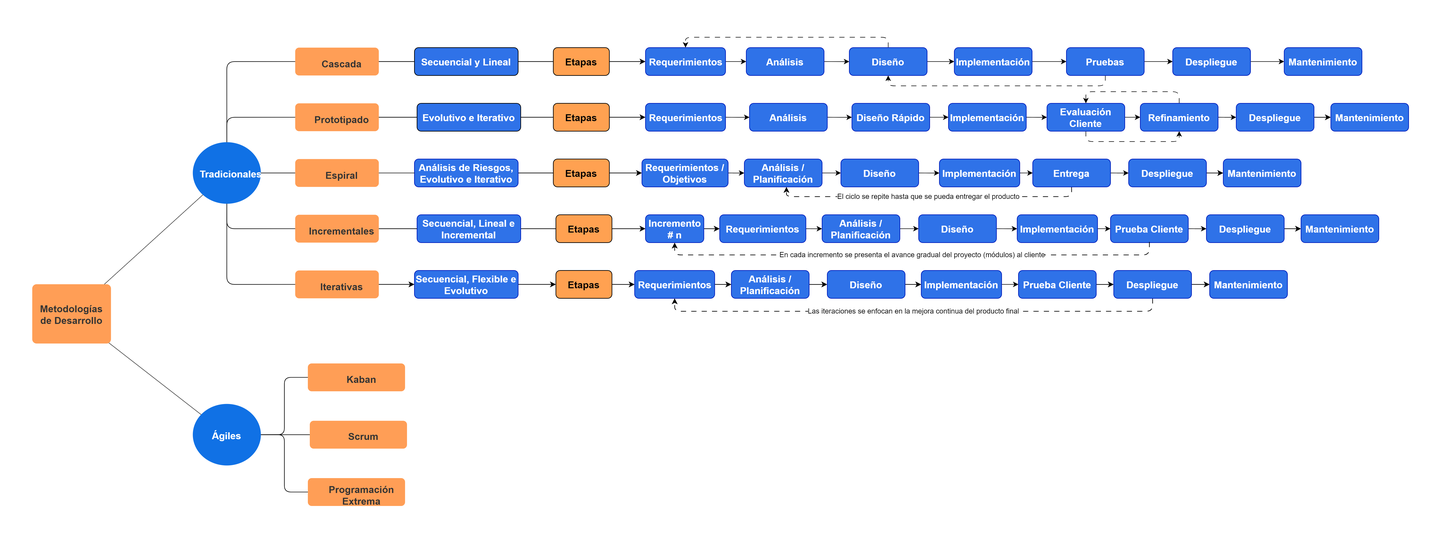
Above: Ejercicios en clases/Mapa Conceptual Metodología.drawio.png in JoseAlberto13/JoseAlberto13 (draw.io), before the change. Source tidied: cells renumbered, new cells last; positions are measured from the earlier drawing's top-left corner, leaving out a move shared by most shapes.
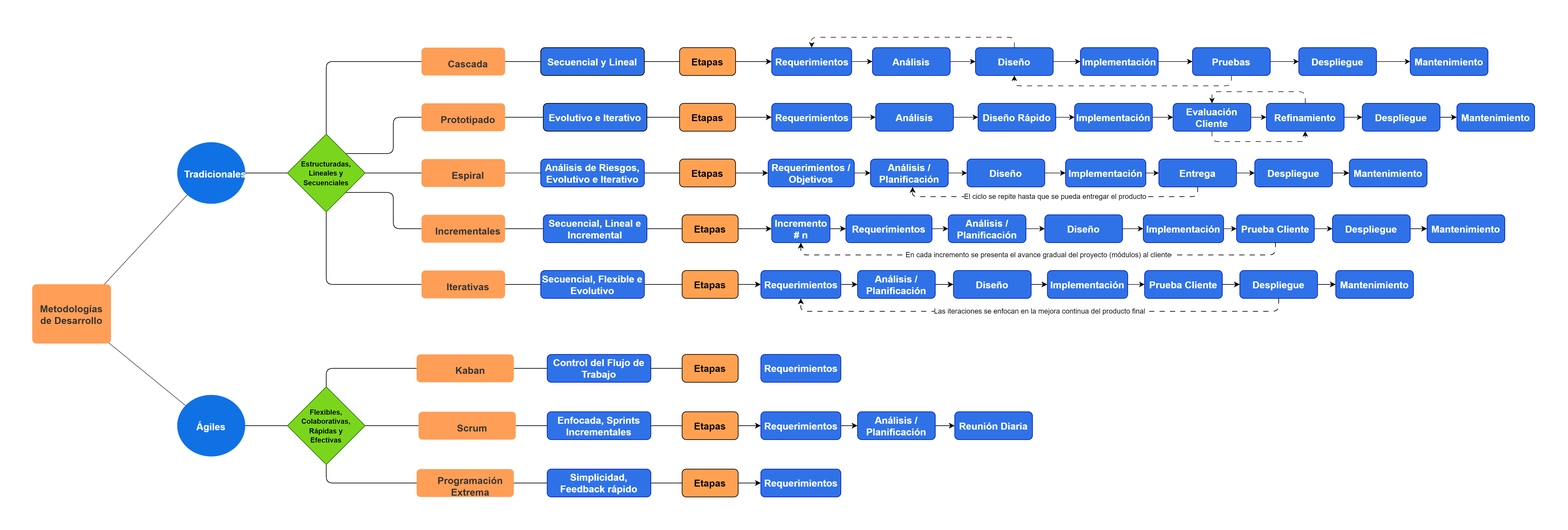
After the change.

Diff of the diagram source:
```diff
@@ -5,18 +5,12 @@
     <mxCell id="2" value="Metodologías de Desarrollo" style="html=1;overflow=block;blockSpacing=1;whiteSpace=wrap;fontSize=15;fontColor=#333333;fontStyle=1;align=center;spacingLeft=8.4;spacingRight=8.4;spacingTop=2.4;spacing=3.8;strokeColor=#ff9e56;strokeOpacity=100;fillOpacity=100;rounded=1;absoluteArcSize=1;arcSize=12;fillColor=#ff9e56;strokeWidth=1.5;lucidId=B4Fcyx~IO5Sb;" parent="1" vertex="1">
-      <mxGeometry y="409" width="120" height="90" as="geometry" />
+      <mxGeometry x="-195" y="409" width="120" height="90" as="geometry" />
     </mxCell>
     <mxCell id="3" value="Tradicionales" style="html=1;overflow=block;blockSpacing=1;whiteSpace=wrap;ellipse;fontSize=15;fontColor=#ffffff;fontStyle=1;align=center;spacingLeft=8.4;spacingRight=8.4;spacingTop=2.4;spacing=3.6;strokeOpacity=0;fillOpacity=100;fillColor=#1071e5;strokeWidth=0.9;lucidId=B4FcI0e24hBz;strokeColor=#000000;" parent="1" vertex="1">
-      <mxGeometry x="247" y="189" width="105" height="95" as="geometry" />
+      <mxGeometry x="28" y="189" width="105" height="95" as="geometry" />
     </mxCell>
-    <mxCell id="4" style="edgeStyle=orthogonalEdgeStyle;rounded=1;jettySize=auto;html=1;exitX=1;exitY=0.5;exitDx=0;exitDy=0;entryX=0;entryY=0.5;entryDx=0;entryDy=0;strokeWidth=0.9;curved=0;strokeColor=#000000;endArrow=none;endFill=0;shadow=0;fixDash=0;" parent="1" edge="1" source="7" target="19">
-      <mxGeometry relative="1" as="geometry" />
-    </mxCell>
-    <mxCell id="5" style="edgeStyle=orthogonalEdgeStyle;rounded=1;jettySize=auto;html=1;exitX=1;exitY=0.5;exitDx=0;exitDy=0;entryX=0;entryY=0.5;entryDx=0;entryDy=0;strokeWidth=0.9;curved=0;strokeColor=#000000;endArrow=none;endFill=0;shadow=0;fixDash=0;" parent="1" edge="1" source="7" target="21">
-      <mxGeometry relative="1" as="geometry" />
-    </mxCell>
-    <mxCell id="6" style="edgeStyle=orthogonalEdgeStyle;shape=connector;curved=0;rounded=1;jettySize=auto;html=1;exitX=1;exitY=0.5;exitDx=0;exitDy=0;entryX=0;entryY=0.5;entryDx=0;entryDy=0;strokeColor=#000000;strokeWidth=0.9;align=center;verticalAlign=middle;fontFamily=Helvetica;fontSize=11;fontColor=default;labelBackgroundColor=default;endArrow=none;endFill=0;shadow=0;fixDash=0;" parent="1" edge="1" source="7" target="25">
-      <mxGeometry relative="1" as="geometry" />
-    </mxCell>
+    <mxCell id="132" style="edgeStyle=orthogonalEdgeStyle;shape=connector;curved=0;rounded=1;jettySize=auto;html=1;exitX=1;exitY=0.5;exitDx=0;exitDy=0;entryX=0;entryY=0.5;entryDx=0;entryDy=0;strokeColor=default;align=center;verticalAlign=middle;fontFamily=Helvetica;fontSize=11;fontColor=default;labelBackgroundColor=default;endArrow=none;endFill=0;" parent="1" edge="1" source="7" target="136">
+      <mxGeometry relative="1" as="geometry" />
+    </mxCell>
     <mxCell id="7" value="Ágiles" style="html=1;overflow=block;blockSpacing=1;whiteSpace=wrap;ellipse;fontSize=15;fontColor=#ffffff;fontStyle=1;align=center;spacingLeft=8.4;spacingRight=8.4;spacingTop=2.4;spacing=3.7;strokeOpacity=0;fillOpacity=100;fillColor=#1071e5;strokeWidth=0.9;lucidId=B4FcVHzyF8ZB;strokeColor=#000000;shadow=0;fixDash=0;" parent="1" vertex="1">
-      <mxGeometry x="247" y="593" width="105" height="95" as="geometry" />
+      <mxGeometry x="28" y="579" width="105" height="95" as="geometry" />
     </mxCell>
@@ -53,3 +47,3 @@
     <mxCell id="18" style="html=1;overflow=block;blockSpacing=1;whiteSpace=wrap;fontSize=15;fontColor=#333333;fontStyle=1;align=center;spacingLeft=15.8;spacingTop=6;spacing=3.8;verticalAlign=middle;strokeOpacity=0;fillOpacity=100;rounded=1;absoluteArcSize=1;arcSize=12;rotation=-90;fillColor=#ff9e56;strokeWidth=0.9;lucidId=kea8Vu5UTRqQ;strokeColor=#000000;shadow=0;fixDash=0;" parent="1" vertex="1">
-      <mxGeometry x="478" y="477" width="43" height="150" as="geometry" />
+      <mxGeometry x="451" y="463" width="43" height="150" as="geometry" />
     </mxCell>
@@ -59,3 +53,3 @@
     <mxCell id="20" style="html=1;overflow=block;blockSpacing=1;whiteSpace=wrap;fontSize=15;fontColor=#333333;fontStyle=1;align=center;spacingLeft=15.8;spacingTop=6;spacing=3.8;verticalAlign=middle;strokeOpacity=0;fillOpacity=100;rounded=1;absoluteArcSize=1;arcSize=12;rotation=-90;fillColor=#ff9e56;strokeWidth=0.9;lucidId=lea8wkV8Rb8h;strokeColor=#000000;shadow=0;fixDash=0;" parent="1" vertex="1">
-      <mxGeometry x="481" y="565.5" width="43" height="150" as="geometry" />
+      <mxGeometry x="454" y="551.5" width="43" height="150" as="geometry" />
     </mxCell>
@@ -71,3 +65,3 @@
     <mxCell id="24" style="html=1;overflow=block;blockSpacing=1;whiteSpace=wrap;fontSize=15;fontColor=#333333;fontStyle=1;align=center;spacingLeft=15.8;spacingTop=6;spacing=3.8;verticalAlign=middle;strokeOpacity=0;fillOpacity=100;rounded=1;absoluteArcSize=1;arcSize=12;rotation=-90;fillColor=#ff9e56;strokeWidth=0.9;lucidId=~ea8kSzUllkD;strokeColor=#000000;shadow=0;fixDash=0;" parent="1" vertex="1">
-      <mxGeometry x="478" y="654" width="43" height="150" as="geometry" />
+      <mxGeometry x="451" y="640" width="43" height="150" as="geometry" />
     </mxCell>
@@ -76,17 +70,2 @@
     </mxCell>
-    <mxCell id="26" style="html=1;jettySize=18;whiteSpace=wrap;fontSize=13;strokeColor=#000000;strokeOpacity=100;strokeWidth=0.9;rounded=1;arcSize=24;edgeStyle=orthogonalEdgeStyle;startArrow=none;endArrow=none;exitX=0.5;exitY=0;exitPerimeter=0;entryX=0.5;entryY=0;entryPerimeter=0;lucidId=YUw8wHj-CO2n;" parent="1" edge="1" source="3" target="8">
-      <mxGeometry relative="1" as="geometry" />
-    </mxCell>
-    <mxCell id="27" style="html=1;jettySize=18;whiteSpace=wrap;fontSize=13;strokeColor=#000000;strokeOpacity=100;strokeWidth=0.9;rounded=1;arcSize=24;edgeStyle=orthogonalEdgeStyle;startArrow=none;endArrow=none;exitX=0.5;exitY=1;exitPerimeter=0;entryX=0.5;entryY=0;entryPerimeter=0;lucidId=1Uw8e45vB_~0;" parent="1" edge="1" source="3" target="22">
-      <mxGeometry relative="1" as="geometry" />
-    </mxCell>
-    <mxCell id="28" style="html=1;jettySize=18;whiteSpace=wrap;fontSize=13;strokeColor=#000000;strokeOpacity=100;strokeWidth=0.9;rounded=1;arcSize=24;edgeStyle=orthogonalEdgeStyle;startArrow=none;endArrow=none;exitX=0.5;exitY=1;exitPerimeter=0;entryX=0.5;entryY=0;entryPerimeter=0;lucidId=_Uw89.ZpTKDf;" parent="1" edge="1" source="3" target="16">
-      <mxGeometry relative="1" as="geometry" />
-    </mxCell>
-    <mxCell id="29" style="html=1;jettySize=18;whiteSpace=wrap;fontSize=13;strokeColor=#000000;strokeOpacity=100;strokeWidth=0.9;rounded=1;arcSize=24;edgeStyle=orthogonalEdgeStyle;startArrow=none;endArrow=none;exitX=0.5;exitY=0;exitPerimeter=0;entryX=0.5;entryY=0;entryPerimeter=0;lucidId=gVw8AyZJN6ew;" parent="1" edge="1" source="3" target="12">
-      <mxGeometry relative="1" as="geometry" />
-    </mxCell>
-    <mxCell id="30" style="html=1;jettySize=18;whiteSpace=wrap;fontSize=13;strokeColor=#000000;strokeOpacity=100;strokeWidth=0.9;rounded=1;arcSize=24;edgeStyle=orthogonalEdgeStyle;startArrow=none;endArrow=none;exitX=1;exitY=0.5;exitPerimeter=0;entryX=0.5;entryY=0;entryPerimeter=0;lucidId=mVw8OkGKf1xO;" parent="1" edge="1" source="3" target="14">
-      <mxGeometry relative="1" as="geometry" />
-    </mxCell>
     <mxCell id="31" style="edgeStyle=orthogonalEdgeStyle;shape=connector;curved=0;rounded=1;jettySize=auto;html=1;exitX=1;exitY=0.5;exitDx=0;exitDy=0;strokeColor=default;strokeWidth=0.8;align=center;verticalAlign=middle;fontFamily=Helvetica;fontSize=11;fontColor=default;labelBackgroundColor=default;endArrow=classic;endFill=1;" parent="1" edge="1" source="32" target="37">
@@ -370,3 +349,3 @@
     </mxCell>
-    <mxCell id="113" style="edgeStyle=orthogonalEdgeStyle;rounded=0;jettySize=auto;html=1;exitX=1;exitY=0.5;exitDx=0;exitDy=0;entryX=0;entryY=0.5;entryDx=0;entryDy=0;" parent="1" edge="1" source="114" target="117">
+    <mxCell id="113" style="edgeStyle=orthogonalEdgeStyle;rounded=0;jettySize=auto;html=1;exitX=1;exitY=0.5;exitDx=0;exitDy=0;entryX=0;entryY=0.5;entryDx=0;entryDy=0;endArrow=none;endFill=0;" parent="1" edge="1" source="114" target="117">
       <mxGeometry relative="1" as="geometry" />
@@ -376,3 +355,3 @@
     </mxCell>
-    <mxCell id="115" style="edgeStyle=orthogonalEdgeStyle;rounded=0;jettySize=auto;html=1;exitX=1;exitY=0.5;exitDx=0;exitDy=0;entryX=0;entryY=0.5;entryDx=0;entryDy=0;" parent="1" edge="1" source="23" target="114">
+    <mxCell id="115" style="edgeStyle=orthogonalEdgeStyle;rounded=0;jettySize=auto;html=1;exitX=1;exitY=0.5;exitDx=0;exitDy=0;entryX=0;entryY=0.5;entryDx=0;entryDy=0;endArrow=none;endFill=0;" parent="1" edge="1" source="23" target="114">
       <mxGeometry relative="1" as="geometry" />
@@ -427,2 +406,98 @@
     </mxCell>
+    <mxCell id="133" style="edgeStyle=orthogonalEdgeStyle;rounded=1;jettySize=auto;html=1;curved=0;endArrow=none;endFill=0;" parent="1" edge="1" source="136" target="21">
+      <mxGeometry relative="1" as="geometry" />
+    </mxCell>
+    <mxCell id="134" style="edgeStyle=orthogonalEdgeStyle;rounded=1;jettySize=auto;html=1;exitX=0.5;exitY=0;exitDx=0;exitDy=0;entryX=0;entryY=0.5;entryDx=0;entryDy=0;curved=0;endArrow=none;endFill=0;" parent="1" edge="1" source="136" target="19">
+      <mxGeometry relative="1" as="geometry" />
+    </mxCell>
+    <mxCell id="135" style="edgeStyle=orthogonalEdgeStyle;shape=connector;curved=0;rounded=1;jettySize=auto;html=1;exitX=0.5;exitY=1;exitDx=0;exitDy=0;entryX=0;entryY=0.5;entryDx=0;entryDy=0;strokeColor=default;align=center;verticalAlign=middle;fontFamily=Helvetica;fontSize=11;fontColor=default;labelBackgroundColor=default;endArrow=none;endFill=0;" parent="1" edge="1" source="136" target="25">
+      <mxGeometry relative="1" as="geometry" />
+    </mxCell>
+    <mxCell id="136" value="&lt;font style=&quot;font-size: 11px;&quot; color=&quot;#000000&quot;&gt;&lt;b style=&quot;&quot;&gt;Flexibles,&lt;/b&gt;&lt;/font&gt;&lt;div&gt;&lt;font style=&quot;font-size: 11px;&quot; color=&quot;#000000&quot;&gt;&lt;b style=&quot;&quot;&gt;Colaborativas,&lt;/b&gt;&lt;/font&gt;&lt;div&gt;&lt;font style=&quot;font-size: 11px;&quot; color=&quot;#000000&quot;&gt;&lt;b style=&quot;&quot;&gt;Rápidas y&lt;/b&gt;&lt;/font&gt;&lt;/div&gt;&lt;div&gt;&lt;font style=&quot;font-size: 11px;&quot; color=&quot;#000000&quot;&gt;&lt;b style=&quot;&quot;&gt;Efectivas&lt;/b&gt;&lt;/font&gt;&lt;/div&gt;&lt;/div&gt;" style="rhombus;whiteSpace=wrap;html=1;fillColor=#7AD61D;strokeColor=#2D7600;fontColor=#ffffff;" parent="1" vertex="1">
+      <mxGeometry x="198" y="566.5" width="120" height="120" as="geometry" />
+    </mxCell>
+    <mxCell id="137" style="edgeStyle=orthogonalEdgeStyle;shape=connector;curved=0;rounded=1;jettySize=auto;html=1;exitX=1;exitY=0.5;exitDx=0;exitDy=0;strokeColor=default;align=center;verticalAlign=middle;fontFamily=Helvetica;fontSize=11;fontColor=default;labelBackgroundColor=default;endArrow=none;endFill=0;" parent="1" edge="1" source="143" target="15">
+      <mxGeometry relative="1" as="geometry" />
+    </mxCell>
+    <mxCell id="138" style="edgeStyle=orthogonalEdgeStyle;shape=connector;curved=0;rounded=1;jettySize=auto;html=1;exitX=0;exitY=0.5;exitDx=0;exitDy=0;entryX=1;entryY=0.5;entryDx=0;entryDy=0;strokeColor=default;align=center;verticalAlign=middle;fontFamily=Helvetica;fontSize=11;fontColor=default;labelBackgroundColor=default;endArrow=none;endFill=0;" parent="1" edge="1" source="143" target="3">
+      <mxGeometry relative="1" as="geometry" />
+    </mxCell>
+    <mxCell id="139" style="edgeStyle=orthogonalEdgeStyle;shape=connector;curved=0;rounded=1;jettySize=auto;html=1;exitX=1;exitY=0;exitDx=0;exitDy=0;entryX=0;entryY=0.5;entryDx=0;entryDy=0;strokeColor=default;align=center;verticalAlign=middle;fontFamily=Helvetica;fontSize=11;fontColor=default;labelBackgroundColor=default;endArrow=none;endFill=0;" parent="1" edge="1" source="143" target="13">
+      <mxGeometry relative="1" as="geometry" />
+    </mxCell>
+    <mxCell id="140" style="edgeStyle=orthogonalEdgeStyle;shape=connector;curved=0;rounded=1;jettySize=auto;html=1;exitX=0.5;exitY=0;exitDx=0;exitDy=0;entryX=0;entryY=0.5;entryDx=0;entryDy=0;strokeColor=default;align=center;verticalAlign=middle;fontFamily=Helvetica;fontSize=11;fontColor=default;labelBackgroundColor=default;endArrow=none;endFill=0;" parent="1" edge="1" source="143" target="9">
+      <mxGeometry relative="1" as="geometry" />
+    </mxCell>
+    <mxCell id="141" style="edgeStyle=orthogonalEdgeStyle;shape=connector;curved=0;rounded=1;jettySize=auto;html=1;exitX=0.5;exitY=1;exitDx=0;exitDy=0;entryX=0;entryY=0.5;entryDx=0;entryDy=0;strokeColor=default;align=center;verticalAlign=middle;fontFamily=Helvetica;fontSize=11;fontColor=default;labelBackgroundColor=default;endArrow=none;endFill=0;" parent="1" edge="1" source="143" target="23">
+      <mxGeometry relative="1" as="geometry" />
+    </mxCell>
+    <mxCell id="142" style="edgeStyle=orthogonalEdgeStyle;shape=connector;curved=0;rounded=1;jettySize=auto;html=1;exitX=1;exitY=1;exitDx=0;exitDy=0;entryX=0;entryY=0.5;entryDx=0;entryDy=0;strokeColor=default;align=center;verticalAlign=middle;fontFamily=Helvetica;fontSize=11;fontColor=default;labelBackgroundColor=default;endArrow=none;endFill=0;" parent="1" edge="1" source="143" target="17">
+      <mxGeometry relative="1" as="geometry" />
+    </mxCell>
+    <mxCell id="143" value="&lt;font style=&quot;font-size: 11px;&quot; color=&quot;#000000&quot;&gt;&lt;b style=&quot;&quot;&gt;Estructuradas&lt;/b&gt;&lt;/font&gt;&lt;b style=&quot;font-size: 11px; color: rgb(0, 0, 0); background-color: initial;&quot;&gt;,&lt;/b&gt;&lt;div&gt;&lt;b style=&quot;font-size: 11px; color: rgb(0, 0, 0); background-color: initial;&quot;&gt;Lineales y&lt;/b&gt;&lt;/div&gt;&lt;div&gt;&lt;b style=&quot;font-size: 11px; color: rgb(0, 0, 0); background-color: initial;&quot;&gt;Secuenciales&lt;/b&gt;&lt;/div&gt;" style="rhombus;whiteSpace=wrap;html=1;fillColor=#7AD61D;strokeColor=#2D7600;fontColor=#ffffff;" parent="1" vertex="1">
+      <mxGeometry x="198" y="176.5" width="120" height="120" as="geometry" />
+    </mxCell>
+    <mxCell id="144" style="edgeStyle=orthogonalEdgeStyle;shape=connector;curved=0;rounded=1;jettySize=auto;html=1;exitX=1;exitY=0.5;exitDx=0;exitDy=0;entryX=0;entryY=0.5;entryDx=0;entryDy=0;strokeColor=default;align=center;verticalAlign=middle;fontFamily=Helvetica;fontSize=11;fontColor=default;labelBackgroundColor=default;endArrow=none;endFill=0;" parent="1" edge="1" source="145" target="147">
+      <mxGeometry relative="1" as="geometry" />
+    </mxCell>
+    <mxCell id="145" value="Control del Flujo de Trabajo" style="rounded=1;whiteSpace=wrap;html=1;fontFamily=Helvetica;fontSize=15;labelBackgroundColor=none;fillColor=#2f72e8;strokeColor=#001DBC;fontStyle=1;fontColor=#ffffff;" parent="1" vertex="1">
+      <mxGeometry x="599" y="516.5" width="160" height="43" as="geometry" />
+    </mxCell>
+    <mxCell id="146" style="edgeStyle=orthogonalEdgeStyle;shape=connector;curved=0;rounded=1;jettySize=auto;html=1;exitX=1;exitY=0.5;exitDx=0;exitDy=0;entryX=0;entryY=0.5;entryDx=0;entryDy=0;strokeColor=default;align=center;verticalAlign=middle;fontFamily=Helvetica;fontSize=11;fontColor=default;labelBackgroundColor=default;endArrow=none;endFill=0;" parent="1" edge="1" source="19" target="145">
+      <mxGeometry relative="1" as="geometry" />
+    </mxCell>
+    <mxCell id="147" value="Etapas" style="rounded=1;whiteSpace=wrap;html=1;fontFamily=Helvetica;fontSize=15;labelBackgroundColor=none;fillColor=#FFA151;strokeColor=default;fontStyle=1;fontColor=#000000;" parent="1" vertex="1">
+      <mxGeometry x="807.2" y="516.5" width="86.5" height="43" as="geometry" />
+    </mxCell>
+    <mxCell id="148" style="edgeStyle=orthogonalEdgeStyle;shape=connector;curved=0;rounded=1;jettySize=auto;html=1;exitX=1;exitY=0.5;exitDx=0;exitDy=0;strokeColor=default;align=center;verticalAlign=middle;fontFamily=Helvetica;fontSize=11;fontColor=default;labelBackgroundColor=default;endArrow=classic;endFill=1;" parent="1" edge="1" source="149" target="160">
+      <mxGeometry relative="1" as="geometry" />
+    </mxCell>
+    <mxCell id="149" value="Etapas" style="rounded=1;whiteSpace=wrap;html=1;fontFamily=Helvetica;fontSize=15;labelBackgroundColor=none;fillColor=#FFA151;strokeColor=default;fontStyle=1;fontColor=#000000;" parent="1" vertex="1">
+      <mxGeometry x="807.2" y="605" width="86.5" height="43" as="geometry" />
+    </mxCell>
+    <mxCell id="150" style="edgeStyle=orthogonalEdgeStyle;shape=connector;curved=0;rounded=1;jettySize=auto;html=1;exitX=1;exitY=0.5;exitDx=0;exitDy=0;strokeColor=default;align=center;verticalAlign=middle;fontFamily=Helvetica;fontSize=11;fontColor=default;labelBackgroundColor=default;endArrow=classic;endFill=1;" parent="1" edge="1" source="151" target="161">
+      <mxGeometry relative="1" as="geometry" />
+    </mxCell>
+    <mxCell id="151" value="Etapas" style="rounded=1;whiteSpace=wrap;html=1;fontFamily=Helvetica;fontSize=15;labelBackgroundColor=none;fillColor=#FFA151;strokeColor=default;fontStyle=1;fontColor=#000000;" parent="1" vertex="1">
+      <mxGeometry x="807.2" y="693.5" width="86.5" height="43" as="geometry" />
+    </mxCell>
+    <mxCell id="152" style="edgeStyle=orthogonalEdgeStyle;shape=connector;curved=0;rounded=1;jettySize=auto;html=1;exitX=1;exitY=0.5;exitDx=0;exitDy=0;strokeColor=default;align=center;verticalAlign=middle;fontFamily=Helvetica;fontSize=11;fontColor=default;labelBackgroundColor=default;endArrow=none;endFill=0;" parent="1" edge="1" source="153" target="149">
+      <mxGeometry relative="1" as="geometry" />
+    </mxCell>
+    <mxCell id="153" value="Enfocada, Sprints Incrementales" style="rounded=1;whiteSpace=wrap;html=1;fontFamily=Helvetica;fontSize=15;labelBackgroundColor=none;fillColor=#2f72e8;strokeColor=#001DBC;fontStyle=1;fontColor=#ffffff;" parent="1" vertex="1">
+      <mxGeometry x="599" y="605" width="160" height="43" as="geometry" />
+    </mxCell>
+    <mxCell id="154" style="edgeStyle=orthogonalEdgeStyle;shape=connector;curved=0;rounded=1;jettySize=auto;html=1;exitX=1;exitY=0.5;exitDx=0;exitDy=0;entryX=0;entryY=0.5;entryDx=0;entryDy=0;strokeColor=default;align=center;verticalAlign=middle;fontFamily=Helvetica;fontSize=11;fontColor=default;labelBackgroundColor=default;endArrow=none;endFill=0;" parent="1" edge="1" source="21" target="153">
+      <mxGeometry relative="1" as="geometry" />
+    </mxCell>
+    <mxCell id="155" style="edgeStyle=orthogonalEdgeStyle;shape=connector;curved=0;rounded=1;jettySize=auto;html=1;strokeColor=default;align=center;verticalAlign=middle;fontFamily=Helvetica;fontSize=11;fontColor=default;labelBackgroundColor=default;endArrow=none;endFill=0;" parent="1" edge="1" source="156" target="151">
+      <mxGeometry relative="1" as="geometry" />
+    </mxCell>
+    <mxCell id="156" value="Simplicidad, Feedback rápido" style="rounded=1;whiteSpace=wrap;html=1;fontFamily=Helvetica;fontSize=15;labelBackgroundColor=none;fillColor=#2f72e8;strokeColor=#001DBC;fontStyle=1;fontColor=#ffffff;" parent="1" vertex="1">
+      <mxGeometry x="599" y="693.5" width="160" height="43" as="geometry" />
+    </mxCell>
+    <mxCell id="157" style="edgeStyle=orthogonalEdgeStyle;shape=connector;curved=0;rounded=1;jettySize=auto;html=1;exitX=1;exitY=0.5;exitDx=0;exitDy=0;entryX=0;entryY=0.5;entryDx=0;entryDy=0;strokeColor=default;align=center;verticalAlign=middle;fontFamily=Helvetica;fontSize=11;fontColor=default;labelBackgroundColor=default;endArrow=none;endFill=0;" parent="1" edge="1" source="25" target="156">
+      <mxGeometry relative="1" as="geometry" />
+    </mxCell>
+    <mxCell id="158" value="Requerimientos" style="rounded=1;whiteSpace=wrap;html=1;fontFamily=Helvetica;fontSize=15;labelBackgroundColor=none;fillColor=#2f72e8;strokeColor=#001DBC;fontStyle=1;fontColor=#ffffff;" parent="1" vertex="1">
+      <mxGeometry x="928.8" y="516.5" width="123.5" height="43" as="geometry" />
+    </mxCell>
+    <mxCell id="159" style="edgeStyle=orthogonalEdgeStyle;shape=connector;curved=0;rounded=1;jettySize=auto;html=1;exitX=1;exitY=0.5;exitDx=0;exitDy=0;strokeColor=default;align=center;verticalAlign=middle;fontFamily=Helvetica;fontSize=11;fontColor=default;labelBackgroundColor=default;endArrow=classic;endFill=1;" parent="1" edge="1" source="160" target="163">
+      <mxGeometry relative="1" as="geometry" />
+    </mxCell>
+    <mxCell id="160" value="Requerimientos" style="rounded=1;whiteSpace=wrap;html=1;fontFamily=Helvetica;fontSize=15;labelBackgroundColor=none;fillColor=#2f72e8;strokeColor=#001DBC;fontStyle=1;fontColor=#ffffff;" parent="1" vertex="1">
+      <mxGeometry x="928.8" y="605" width="123.5" height="43" as="geometry" />
+    </mxCell>
+    <mxCell id="161" value="Requerimientos" style="rounded=1;whiteSpace=wrap;html=1;fontFamily=Helvetica;fontSize=15;labelBackgroundColor=none;fillColor=#2f72e8;strokeColor=#001DBC;fontStyle=1;fontColor=#ffffff;" parent="1" vertex="1">
+      <mxGeometry x="928.8" y="693.5" width="123.5" height="43" as="geometry" />
+    </mxCell>
+    <mxCell id="162" style="edgeStyle=orthogonalEdgeStyle;shape=connector;curved=0;rounded=1;jettySize=auto;html=1;strokeColor=default;align=center;verticalAlign=middle;fontFamily=Helvetica;fontSize=11;fontColor=default;labelBackgroundColor=default;endArrow=classic;endFill=1;" parent="1" edge="1" source="163" target="164">
+      <mxGeometry relative="1" as="geometry" />
+    </mxCell>
+    <mxCell id="163" value="Análisis / Planificación" style="rounded=1;whiteSpace=wrap;html=1;fontFamily=Helvetica;fontSize=15;labelBackgroundColor=none;fillColor=#2f72e8;strokeColor=#001DBC;fontStyle=1;fontColor=#ffffff;" parent="1" vertex="1">
+      <mxGeometry x="1078" y="605" width="120" height="43" as="geometry" />
+    </mxCell>
+    <mxCell id="164" value="Reunión Diaria" style="rounded=1;whiteSpace=wrap;html=1;fontFamily=Helvetica;fontSize=15;labelBackgroundColor=none;fillColor=#2f72e8;strokeColor=#001DBC;fontStyle=1;fontColor=#ffffff;" parent="1" vertex="1">
+      <mxGeometry x="1228" y="605" width="120" height="43" as="geometry" />
+    </mxCell>
   </root>
```
